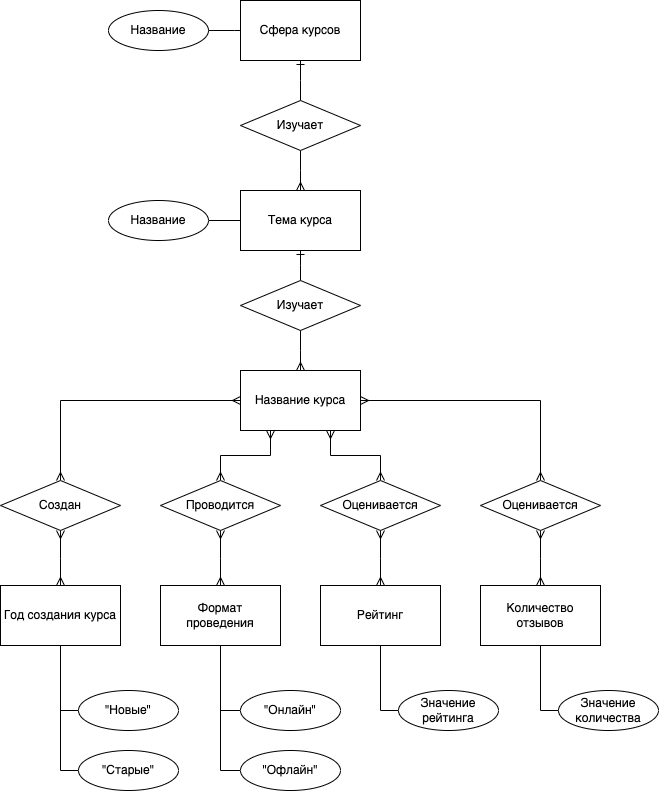
Before: dialogue-system/doc/er.png, a diagram exported from draw.io (oljakon/artificial-intelligence-systems). Source tidied: cells renumbered, new cells last; positions are measured from the earlier drawing's top-left corner, leaving out a move shared by most shapes.
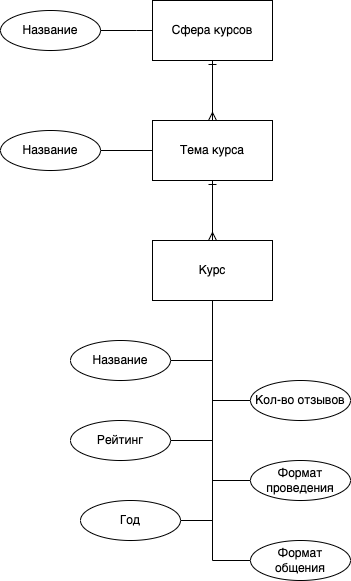
After the commit.

Commit message:
change er and add use-case

Diff of the diagram source:
```diff
@@ -2,160 +2,68 @@
   <root>
     <mxCell id="0" />
     <mxCell id="1" parent="0" />
-    <mxCell id="2" style="edgeStyle=elbowEdgeStyle;rounded=0;jettySize=auto;elbow=vertical;html=1;exitX=1;exitY=0.5;exitDx=0;exitDy=0;entryX=0.5;entryY=0;entryDx=0;entryDy=0;startArrow=ERmany;startFill=0;endArrow=ERmany;endFill=0;" parent="1" edge="1" source="6" target="24">
-      <mxGeometry relative="1" as="geometry">
-        <Array as="points">
-          <mxPoint x="458" y="400" />
-        </Array>
-      </mxGeometry>
-    </mxCell>
-    <mxCell id="3" style="edgeStyle=elbowEdgeStyle;rounded=0;jettySize=auto;elbow=vertical;html=1;exitX=0;exitY=0.5;exitDx=0;exitDy=0;startArrow=ERmany;startFill=0;endArrow=ERmany;endFill=0;" parent="1" edge="1" source="6" target="30">
-      <mxGeometry relative="1" as="geometry">
-        <Array as="points">
-          <mxPoint x="158" y="400" />
-        </Array>
-      </mxGeometry>
-    </mxCell>
-    <mxCell id="4" style="edgeStyle=elbowEdgeStyle;rounded=0;jettySize=auto;elbow=vertical;html=1;exitX=0.25;exitY=1;exitDx=0;exitDy=0;entryX=0.5;entryY=0;entryDx=0;entryDy=0;startArrow=ERmany;startFill=0;endArrow=ERmany;endFill=0;" parent="1" edge="1" source="6" target="28">
-      <mxGeometry relative="1" as="geometry" />
-    </mxCell>
-    <mxCell id="5" style="edgeStyle=elbowEdgeStyle;rounded=0;jettySize=auto;elbow=vertical;html=1;exitX=0.75;exitY=1;exitDx=0;exitDy=0;entryX=0.5;entryY=0;entryDx=0;entryDy=0;startArrow=ERmany;startFill=0;endArrow=ERmany;endFill=0;" parent="1" edge="1" source="6" target="26">
-      <mxGeometry relative="1" as="geometry" />
-    </mxCell>
+    <mxCell id="43" style="edgeStyle=orthogonalEdgeStyle;rounded=0;jettySize=auto;html=1;exitX=0.5;exitY=1;exitDx=0;exitDy=0;entryX=0;entryY=0.5;entryDx=0;entryDy=0;endArrow=none;endFill=0;" parent="1" edge="1" source="6" target="54">
+      <mxGeometry relative="1" as="geometry" />
+    </mxCell>
+    <mxCell id="44" style="edgeStyle=orthogonalEdgeStyle;rounded=0;jettySize=auto;html=1;exitX=0.5;exitY=1;exitDx=0;exitDy=0;entryX=1;entryY=0.5;entryDx=0;entryDy=0;endArrow=none;endFill=0;" parent="1" edge="1" source="6" target="53">
+      <mxGeometry relative="1" as="geometry" />
+    </mxCell>
+    <mxCell id="45" style="edgeStyle=orthogonalEdgeStyle;rounded=0;jettySize=auto;html=1;exitX=0.5;exitY=1;exitDx=0;exitDy=0;entryX=0;entryY=0.5;entryDx=0;entryDy=0;endArrow=none;endFill=0;" parent="1" edge="1" source="6" target="18">
+      <mxGeometry relative="1" as="geometry" />
+    </mxCell>
+    <mxCell id="46" style="edgeStyle=orthogonalEdgeStyle;rounded=0;jettySize=auto;html=1;exitX=0.5;exitY=1;exitDx=0;exitDy=0;entryX=1;entryY=0.5;entryDx=0;entryDy=0;endArrow=none;endFill=0;" parent="1" edge="1" source="6" target="7">
+      <mxGeometry relative="1" as="geometry" />
+    </mxCell>
+    <mxCell id="47" style="edgeStyle=orthogonalEdgeStyle;rounded=0;jettySize=auto;html=1;exitX=0.5;exitY=1;exitDx=0;exitDy=0;entryX=0;entryY=0.5;entryDx=0;entryDy=0;endArrow=none;endFill=0;" parent="1" edge="1" source="6" target="52">
+      <mxGeometry relative="1" as="geometry" />
+    </mxCell>
+    <mxCell id="48" style="edgeStyle=orthogonalEdgeStyle;rounded=0;jettySize=auto;html=1;exitX=0.5;exitY=1;exitDx=0;exitDy=0;entryX=1;entryY=0.5;entryDx=0;entryDy=0;endArrow=none;endFill=0;" parent="1" edge="1" source="6" target="51">
+      <mxGeometry relative="1" as="geometry" />
+    </mxCell>
-    <mxCell id="6" value="Название курса" style="rounded=0;whiteSpace=wrap;html=1;" parent="1" vertex="1">
-      <mxGeometry x="240" y="370" width="120" height="60" as="geometry" />
+    <mxCell id="6" value="Курс" style="rounded=0;whiteSpace=wrap;html=1;" parent="1" vertex="1">
+      <mxGeometry x="240" y="230" width="120" height="60" as="geometry" />
     </mxCell>
-    <mxCell id="7" value="Рейтинг" style="rounded=0;whiteSpace=wrap;html=1;" parent="1" vertex="1">
-      <mxGeometry x="320" y="585" width="120" height="60" as="geometry" />
-    </mxCell>
-    <mxCell id="8" style="edgeStyle=elbowEdgeStyle;rounded=0;jettySize=auto;elbow=vertical;html=1;exitX=0.5;exitY=1;exitDx=0;exitDy=0;entryX=0;entryY=0.5;entryDx=0;entryDy=0;startArrow=none;startFill=0;endArrow=none;endFill=0;" parent="1" edge="1" source="9" target="38">
-      <mxGeometry relative="1" as="geometry">
-        <Array as="points">
-          <mxPoint x="68" y="770" />
-        </Array>
-      </mxGeometry>
-    </mxCell>
-    <mxCell id="9" value="Год создания курса" style="rounded=0;whiteSpace=wrap;html=1;" parent="1" vertex="1">
-      <mxGeometry y="585" width="120" height="60" as="geometry" />
-    </mxCell>
-    <mxCell id="10" value="Количество&lt;br&gt;отзывов" style="rounded=0;whiteSpace=wrap;html=1;" parent="1" vertex="1">
-      <mxGeometry x="480" y="585" width="120" height="60" as="geometry" />
-    </mxCell>
-    <mxCell id="11" style="edgeStyle=elbowEdgeStyle;rounded=0;jettySize=auto;elbow=vertical;html=1;exitX=0.5;exitY=1;exitDx=0;exitDy=0;endArrow=none;endFill=0;startArrow=ERone;startFill=0;" parent="1" edge="1" source="13" target="20">
-      <mxGeometry relative="1" as="geometry" />
-    </mxCell>
     <mxCell id="12" style="edgeStyle=elbowEdgeStyle;rounded=0;jettySize=auto;elbow=vertical;html=1;exitX=1;exitY=0.5;exitDx=0;exitDy=0;entryX=0;entryY=0.5;entryDx=0;entryDy=0;startArrow=none;startFill=0;endArrow=none;endFill=0;" parent="1" edge="1" source="13" target="32">
       <mxGeometry relative="1" as="geometry" />
     </mxCell>
+    <mxCell id="49" style="edgeStyle=orthogonalEdgeStyle;rounded=0;jettySize=auto;html=1;exitX=0.5;exitY=1;exitDx=0;exitDy=0;endArrow=ERmany;endFill=0;startArrow=ERone;startFill=0;" parent="1" edge="1" source="13" target="16">
+      <mxGeometry relative="1" as="geometry" />
+    </mxCell>
     <mxCell id="13" value="Сфера курсов" style="rounded=0;whiteSpace=wrap;html=1;" parent="1" vertex="1">
-      <mxGeometry x="240" width="120" height="60" as="geometry" />
+      <mxGeometry x="240" y="-10" width="120" height="60" as="geometry" />
     </mxCell>
-    <mxCell id="14" style="edgeStyle=elbowEdgeStyle;rounded=0;jettySize=auto;elbow=vertical;html=1;exitX=0.5;exitY=1;exitDx=0;exitDy=0;startArrow=ERone;startFill=0;endArrow=none;endFill=0;" parent="1" edge="1" source="16" target="22">
-      <mxGeometry relative="1" as="geometry" />
-    </mxCell>
     <mxCell id="15" style="edgeStyle=elbowEdgeStyle;rounded=0;jettySize=auto;elbow=vertical;html=1;exitX=1;exitY=0.5;exitDx=0;exitDy=0;startArrow=none;startFill=0;endArrow=none;endFill=0;" parent="1" edge="1" source="16" target="31">
       <mxGeometry relative="1" as="geometry" />
     </mxCell>
+    <mxCell id="50" style="edgeStyle=orthogonalEdgeStyle;rounded=0;jettySize=auto;html=1;exitX=0.5;exitY=1;exitDx=0;exitDy=0;startArrow=ERone;startFill=0;endArrow=ERmany;endFill=0;" parent="1" edge="1" source="16" target="6">
+      <mxGeometry relative="1" as="geometry" />
+    </mxCell>
     <mxCell id="16" value="Тема курса" style="rounded=0;whiteSpace=wrap;html=1;" parent="1" vertex="1">
-      <mxGeometry x="240" y="190" width="120" height="60" as="geometry" />
+      <mxGeometry x="240" y="110" width="120" height="60" as="geometry" />
     </mxCell>
-    <mxCell id="17" style="edgeStyle=elbowEdgeStyle;rounded=0;jettySize=auto;elbow=vertical;html=1;exitX=0.5;exitY=1;exitDx=0;exitDy=0;entryX=0;entryY=0.5;entryDx=0;entryDy=0;startArrow=none;startFill=0;endArrow=none;endFill=0;" parent="1" edge="1" source="18" target="35">
-      <mxGeometry relative="1" as="geometry">
-        <Array as="points">
-          <mxPoint x="208" y="770" />
-        </Array>
-      </mxGeometry>
-    </mxCell>
-    <mxCell id="18" value="Формат&lt;br&gt;проведения" style="rounded=0;whiteSpace=wrap;html=1;" parent="1" vertex="1">
-      <mxGeometry x="160" y="585" width="120" height="60" as="geometry" />
-    </mxCell>
-    <mxCell id="19" style="edgeStyle=elbowEdgeStyle;rounded=0;jettySize=auto;elbow=vertical;html=1;exitX=0.5;exitY=1;exitDx=0;exitDy=0;startArrow=none;startFill=0;endArrow=ERmany;endFill=0;" parent="1" edge="1" source="20" target="16">
-      <mxGeometry relative="1" as="geometry" />
-    </mxCell>
-    <mxCell id="20" value="Изучает" style="rhombus;whiteSpace=wrap;html=1;" parent="1" vertex="1">
-      <mxGeometry x="240" y="100" width="120" height="50" as="geometry" />
-    </mxCell>
-    <mxCell id="21" style="edgeStyle=elbowEdgeStyle;rounded=0;jettySize=auto;elbow=vertical;html=1;exitX=0.5;exitY=1;exitDx=0;exitDy=0;startArrow=none;startFill=0;endArrow=ERmany;endFill=0;" parent="1" edge="1" source="22" target="6">
-      <mxGeometry relative="1" as="geometry" />
-    </mxCell>
-    <mxCell id="22" value="&lt;span&gt;Изучает&lt;/span&gt;" style="rhombus;whiteSpace=wrap;html=1;" parent="1" vertex="1">
-      <mxGeometry x="240" y="280" width="120" height="50" as="geometry" />
-    </mxCell>
-    <mxCell id="23" style="edgeStyle=elbowEdgeStyle;rounded=0;jettySize=auto;elbow=vertical;html=1;exitX=0.5;exitY=1;exitDx=0;exitDy=0;startArrow=ERmany;startFill=0;endArrow=ERmany;endFill=0;" parent="1" edge="1" source="24" target="10">
-      <mxGeometry relative="1" as="geometry" />
-    </mxCell>
-    <mxCell id="24" value="&lt;span&gt;Оценивается&lt;/span&gt;" style="rhombus;whiteSpace=wrap;html=1;" parent="1" vertex="1">
-      <mxGeometry x="480" y="480" width="120" height="50" as="geometry" />
-    </mxCell>
-    <mxCell id="25" style="edgeStyle=elbowEdgeStyle;rounded=0;jettySize=auto;elbow=vertical;html=1;exitX=0.5;exitY=1;exitDx=0;exitDy=0;entryX=0.5;entryY=0;entryDx=0;entryDy=0;startArrow=ERmany;startFill=0;endArrow=ERmany;endFill=0;" parent="1" edge="1" source="26" target="7">
-      <mxGeometry relative="1" as="geometry" />
-    </mxCell>
-    <mxCell id="26" value="Оценивается" style="rhombus;whiteSpace=wrap;html=1;" parent="1" vertex="1">
-      <mxGeometry x="320" y="480" width="120" height="50" as="geometry" />
-    </mxCell>
-    <mxCell id="27" style="edgeStyle=elbowEdgeStyle;rounded=0;jettySize=auto;elbow=vertical;html=1;exitX=0.5;exitY=1;exitDx=0;exitDy=0;entryX=0.5;entryY=0;entryDx=0;entryDy=0;startArrow=ERmany;startFill=0;endArrow=ERmany;endFill=0;" parent="1" edge="1" source="28" target="18">
-      <mxGeometry relative="1" as="geometry" />
-    </mxCell>
-    <mxCell id="28" value="Проводится" style="rhombus;whiteSpace=wrap;html=1;" parent="1" vertex="1">
-      <mxGeometry x="160" y="480" width="120" height="50" as="geometry" />
-    </mxCell>
-    <mxCell id="29" style="edgeStyle=elbowEdgeStyle;rounded=0;jettySize=auto;elbow=vertical;html=1;exitX=0.5;exitY=1;exitDx=0;exitDy=0;startArrow=ERmany;startFill=0;endArrow=ERmany;endFill=0;" parent="1" edge="1" source="30" target="9">
-      <mxGeometry relative="1" as="geometry" />
-    </mxCell>
-    <mxCell id="30" value="Создан" style="rhombus;whiteSpace=wrap;html=1;" parent="1" vertex="1">
-      <mxGeometry y="480" width="120" height="50" as="geometry" />
-    </mxCell>
     <mxCell id="31" value="Название" style="ellipse;whiteSpace=wrap;html=1;" parent="1" vertex="1">
-      <mxGeometry x="108" y="200" width="100" height="40" as="geometry" />
+      <mxGeometry x="88" y="120" width="100" height="40" as="geometry" />
     </mxCell>
     <mxCell id="32" value="Название" style="ellipse;whiteSpace=wrap;html=1;" parent="1" vertex="1">
-      <mxGeometry x="108" y="10" width="100" height="40" as="geometry" />
+      <mxGeometry x="88" width="100" height="40" as="geometry" />
     </mxCell>
-    <mxCell id="33" style="edgeStyle=elbowEdgeStyle;rounded=0;jettySize=auto;elbow=vertical;html=1;exitX=0;exitY=0.5;exitDx=0;exitDy=0;entryX=0.5;entryY=1;entryDx=0;entryDy=0;startArrow=none;startFill=0;endArrow=none;endFill=0;" parent="1" edge="1" source="34" target="18">
-      <mxGeometry relative="1" as="geometry">
-        <Array as="points">
-          <mxPoint x="198" y="710" />
-        </Array>
-      </mxGeometry>
-    </mxCell>
-    <mxCell id="34" value="&quot;Онлайн&quot;" style="ellipse;whiteSpace=wrap;html=1;" parent="1" vertex="1">
-      <mxGeometry x="240" y="690" width="100" height="40" as="geometry" />
-    </mxCell>
-    <mxCell id="35" value="&quot;Офлайн&quot;" style="ellipse;whiteSpace=wrap;html=1;" parent="1" vertex="1">
-      <mxGeometry x="240" y="750" width="100" height="40" as="geometry" />
-    </mxCell>
-    <mxCell id="36" style="edgeStyle=elbowEdgeStyle;rounded=0;jettySize=auto;elbow=vertical;html=1;exitX=0;exitY=0.5;exitDx=0;exitDy=0;entryX=0.5;entryY=1;entryDx=0;entryDy=0;startArrow=none;startFill=0;endArrow=none;endFill=0;" parent="1" edge="1" source="37" target="9">
-      <mxGeometry relative="1" as="geometry">
-        <Array as="points">
-          <mxPoint x="68" y="710" />
-        </Array>
-      </mxGeometry>
-    </mxCell>
-    <mxCell id="37" value="&quot;Новые&quot;" style="ellipse;whiteSpace=wrap;html=1;" parent="1" vertex="1">
-      <mxGeometry x="78" y="690" width="100" height="40" as="geometry" />
-    </mxCell>
-    <mxCell id="38" value="&quot;Старые&quot;" style="ellipse;whiteSpace=wrap;html=1;" parent="1" vertex="1">
-      <mxGeometry x="78" y="750" width="100" height="40" as="geometry" />
-    </mxCell>
-    <mxCell id="39" style="edgeStyle=elbowEdgeStyle;rounded=0;jettySize=auto;elbow=vertical;html=1;exitX=0;exitY=0.5;exitDx=0;exitDy=0;entryX=0.5;entryY=1;entryDx=0;entryDy=0;startArrow=none;startFill=0;endArrow=none;endFill=0;" parent="1" edge="1" source="40" target="7">
-      <mxGeometry relative="1" as="geometry">
-        <Array as="points">
-          <mxPoint x="380" y="710" />
-        </Array>
-      </mxGeometry>
-    </mxCell>
-    <mxCell id="40" value="Значение&lt;br&gt;рейтинга" style="ellipse;whiteSpace=wrap;html=1;" parent="1" vertex="1">
-      <mxGeometry x="398" y="690" width="100" height="40" as="geometry" />
-    </mxCell>
-    <mxCell id="41" style="edgeStyle=elbowEdgeStyle;rounded=0;jettySize=auto;elbow=vertical;html=1;exitX=0;exitY=0.5;exitDx=0;exitDy=0;entryX=0.5;entryY=1;entryDx=0;entryDy=0;startArrow=none;startFill=0;endArrow=none;endFill=0;" parent="1" edge="1" source="42" target="10">
-      <mxGeometry relative="1" as="geometry">
-        <Array as="points">
-          <mxPoint x="548" y="710" />
-        </Array>
-      </mxGeometry>
-    </mxCell>
-    <mxCell id="42" value="Значение&lt;br&gt;количества" style="ellipse;whiteSpace=wrap;html=1;" parent="1" vertex="1">
-      <mxGeometry x="558" y="690" width="100" height="40" as="geometry" />
-    </mxCell>
+    <mxCell id="51" value="Название" style="ellipse;whiteSpace=wrap;html=1;" parent="1" vertex="1">
+      <mxGeometry x="158" y="330" width="100" height="40" as="geometry" />
+    </mxCell>
+    <mxCell id="7" value="Рейтинг" style="ellipse;whiteSpace=wrap;html=1;" parent="1" vertex="1">
+      <mxGeometry x="158" y="410" width="100" height="40" as="geometry" />
+    </mxCell>
+    <mxCell id="52" value="Кол-во отзывов" style="ellipse;whiteSpace=wrap;html=1;" parent="1" vertex="1">
+      <mxGeometry x="338" y="370" width="100" height="40" as="geometry" />
+    </mxCell>
+    <mxCell id="53" value="Год" style="ellipse;whiteSpace=wrap;html=1;" parent="1" vertex="1">
+      <mxGeometry x="168" y="490" width="100" height="40" as="geometry" />
+    </mxCell>
+    <mxCell id="18" value="Формат проведения" style="ellipse;whiteSpace=wrap;html=1;" parent="1" vertex="1">
+      <mxGeometry x="338" y="450" width="100" height="40" as="geometry" />
+    </mxCell>
+    <mxCell id="54" value="Формат&lt;br&gt;общения" style="ellipse;whiteSpace=wrap;html=1;" parent="1" vertex="1">
+      <mxGeometry x="338" y="530" width="100" height="40" as="geometry" />
+    </mxCell>
   </root>
 </mxGraphModel>
```
